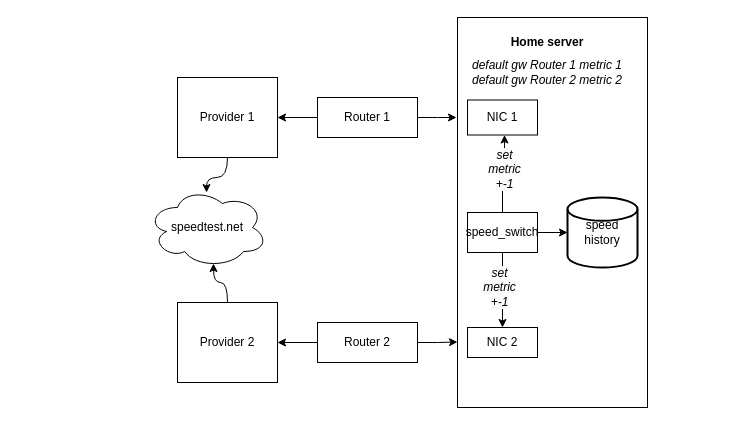
eenzamese/speed_switch keeps this draw.io diagram as simple_scheme.drawio. Above is the earlier version. Source tidied: cells renumbered, new cells numbered last; positions are measured from the earlier drawing's top-left corner, leaving out a move shared by most shapes. Both pictures are drawn from the tidied source at 100%, with x=0, y=0 at pixel (147, 17).
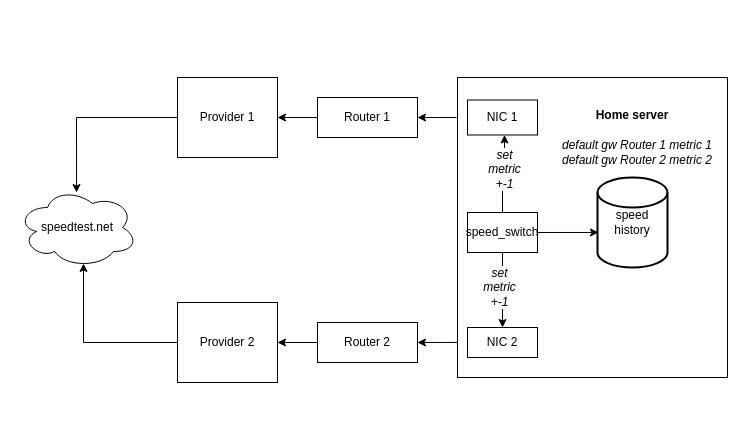
Above is the later version.

Unchanged cells that the change refers to:
```xml
<mxCell id="3" value="Router 2" style="whiteSpace=wrap;html=1;align=center;" parent="1" vertex="1">
  <mxGeometry x="170" y="305" width="100" height="40" as="geometry" />
</mxCell>
<mxCell id="5" value="Router 1" style="whiteSpace=wrap;html=1;align=center;" parent="1" vertex="1">
  <mxGeometry x="170" y="80" width="100" height="40" as="geometry" />
</mxCell>
<mxCell id="8" value="Provider 1" style="whiteSpace=wrap;html=1;align=center;" parent="1" vertex="1">
  <mxGeometry x="30" y="60" width="100" height="80" as="geometry" />
</mxCell>
<mxCell id="11" value="Provider 2" style="whiteSpace=wrap;html=1;align=center;" parent="1" vertex="1">
  <mxGeometry x="30" y="285" width="100" height="80" as="geometry" />
</mxCell>
<mxCell id="19" value="speed_switch" style="whiteSpace=wrap;html=1;align=center;" parent="1" vertex="1">
  <mxGeometry x="320" y="195" width="70" height="40" as="geometry" />
</mxCell>
```

The edit, as a diff of the source:
```diff
@@
-    <mxCell id="2" style="edgeStyle=orthogonalEdgeStyle;rounded=0;jettySize=auto;html=1;entryX=0;entryY=0.832;entryDx=0;entryDy=0;entryPerimeter=0;" parent="1" edge="1" source="3" target="12">
+    <mxCell id="2" style="edgeStyle=orthogonalEdgeStyle;rounded=0;jettySize=auto;html=1;entryX=0.006;entryY=0.883;entryDx=0;entryDy=0;entryPerimeter=0;endArrow=none;endFill=0;startArrow=classic;startFill=1;" parent="1" edge="1" source="3" target="12">
       <mxGeometry relative="1" as="geometry" />
     </mxCell>
@@
-    <mxCell id="4" style="edgeStyle=orthogonalEdgeStyle;rounded=0;jettySize=auto;html=1;" parent="1" edge="1" source="5">
+    <mxCell id="4" style="edgeStyle=orthogonalEdgeStyle;rounded=0;jettySize=auto;html=1;endArrow=none;endFill=0;startArrow=classic;startFill=1;" parent="1" edge="1" source="5">
       <mxGeometry relative="1" as="geometry">
         <mxPoint x="309" y="100" as="targetPoint" />
       </mxGeometry>
     </mxCell>
@@
-    <mxCell id="7" style="edgeStyle=orthogonalEdgeStyle;rounded=0;jettySize=auto;html=1;entryX=0.492;entryY=0.063;entryDx=0;entryDy=0;entryPerimeter=0;curved=1;" parent="1" edge="1" source="8" target="23">
+    <mxCell id="7" style="edgeStyle=orthogonalEdgeStyle;rounded=0;jettySize=auto;html=1;entryX=0.492;entryY=0.063;entryDx=0;entryDy=0;entryPerimeter=0;" parent="1" edge="1" source="8" target="23">
       <mxGeometry relative="1" as="geometry" />
     </mxCell>
@@
-    <mxCell id="10" style="edgeStyle=orthogonalEdgeStyle;rounded=0;jettySize=auto;html=1;entryX=0.55;entryY=0.95;entryDx=0;entryDy=0;entryPerimeter=0;exitX=0.5;exitY=0;exitDx=0;exitDy=0;curved=1;" parent="1" edge="1" source="11" target="23">
+    <mxCell id="10" style="edgeStyle=orthogonalEdgeStyle;rounded=0;jettySize=auto;html=1;entryX=0.55;entryY=0.95;entryDx=0;entryDy=0;entryPerimeter=0;exitX=0;exitY=0.5;exitDx=0;exitDy=0;" parent="1" edge="1" source="11" target="23">
       <mxGeometry relative="1" as="geometry" />
     </mxCell>
@@
     <mxCell id="12" style="whiteSpace=wrap;html=1;align=center;" parent="1" vertex="1">
-      <mxGeometry x="310" width="190" height="390" as="geometry" />
+      <mxGeometry x="310" y="60" width="270" height="300" as="geometry" />
     </mxCell>
     <mxCell id="13" value="speed history" style="strokeWidth=2;html=1;shape=mxgraph.flowchart.database;whiteSpace=wrap;" parent="1" vertex="1">
-      <mxGeometry x="420" y="180" width="70" height="70" as="geometry" />
+      <mxGeometry x="450" y="160" width="70" height="90" as="geometry" />
     </mxCell>
-    <mxCell id="14" style="edgeStyle=orthogonalEdgeStyle;rounded=0;jettySize=auto;html=1;" parent="1" edge="1" source="19" target="13">
+    <mxCell id="14" style="edgeStyle=orthogonalEdgeStyle;rounded=0;jettySize=auto;html=1;entryX=0.014;entryY=0.611;entryDx=0;entryDy=0;entryPerimeter=0;" parent="1" edge="1" source="19" target="13">
       <mxGeometry relative="1" as="geometry" />
     </mxCell>
@@
     <mxCell id="21" value="&lt;div&gt;&lt;i&gt;&lt;br&gt;&lt;/i&gt;&lt;/div&gt;&lt;div&gt;&lt;i&gt;default gw Router 1 metric 1&lt;/i&gt;&lt;i&gt;&lt;/i&gt;&lt;/div&gt;&lt;div&gt;&lt;i&gt;default gw Router 2 metric 2&lt;/i&gt;&lt;/div&gt;&lt;div&gt;&lt;i&gt;&lt;br&gt;&lt;/i&gt;&lt;/div&gt;" style="text;html=1;align=center;verticalAlign=middle;whiteSpace=wrap;rounded=0;" parent="1" vertex="1">
-      <mxGeometry x="310" y="40" width="180" height="30" as="geometry" />
+      <mxGeometry x="400" y="120" width="180" height="30" as="geometry" />
     </mxCell>
@@
     <mxCell id="23" value="speedtest.net" style="ellipse;shape=cloud;whiteSpace=wrap;html=1;" parent="1" vertex="1">
-      <mxGeometry y="170" width="120" height="80" as="geometry" />
+      <mxGeometry x="-130" y="170" width="120" height="80" as="geometry" />
     </mxCell>
     <mxCell id="24" value="&lt;b&gt;Home server&lt;/b&gt;" style="text;html=1;align=center;verticalAlign=middle;whiteSpace=wrap;rounded=0;" parent="1" vertex="1">
-      <mxGeometry x="310" y="10" width="180" height="30" as="geometry" />
+      <mxGeometry x="395" y="82.5" width="180" height="30" as="geometry" />
     </mxCell>
```
